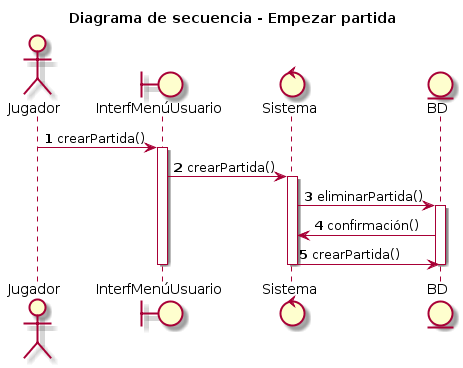
Before: UML/Diagramas de secuencia/Jugador/Empezar partida/Empezar partida.png, a diagram exported from PlantUML (dmontesinos/ES-2019-G43-2-02.v1). Its diagram source:
```plantuml
@startuml
title Diagrama de secuencia - Empezar partida
autonumber
actor Jugador
boundary InterfMenúUsuario
control Sistema
entity BD

Jugador -> InterfMenúUsuario : crearPartida()
activate InterfMenúUsuario
InterfMenúUsuario -> Sistema : crearPartida()
activate Sistema
Sistema -> BD : eliminarPartida()
activate BD
BD -> Sistema : confirmación()
Sistema -> BD : crearPartida()
deactivate BD
deactivate Sistema
deactivate InterfMenúUsuario
@enduml
```
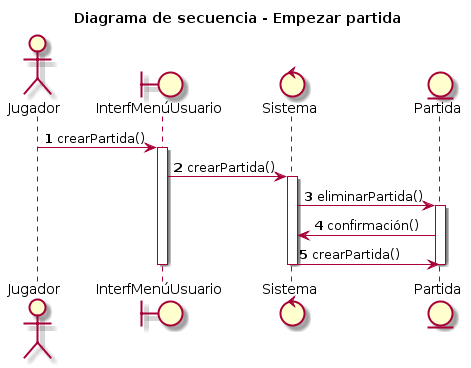
Above is the later version.

Change to the diagram source:
```diff
@@ -4,17 +4,17 @@
 actor Jugador
 boundary InterfMenúUsuario
 control Sistema
-entity BD
+entity Partida
 
 Jugador -> InterfMenúUsuario : crearPartida()
 activate InterfMenúUsuario
 InterfMenúUsuario -> Sistema : crearPartida()
 activate Sistema
-Sistema -> BD : eliminarPartida()
-activate BD
-BD -> Sistema : confirmación()
-Sistema -> BD : crearPartida()
-deactivate BD
+Sistema -> Partida : eliminarPartida()
+activate Partida
+Partida -> Sistema : confirmación()
+Sistema -> Partida : crearPartida()
+deactivate Partida
 deactivate Sistema
 deactivate InterfMenúUsuario
 @enduml
```
